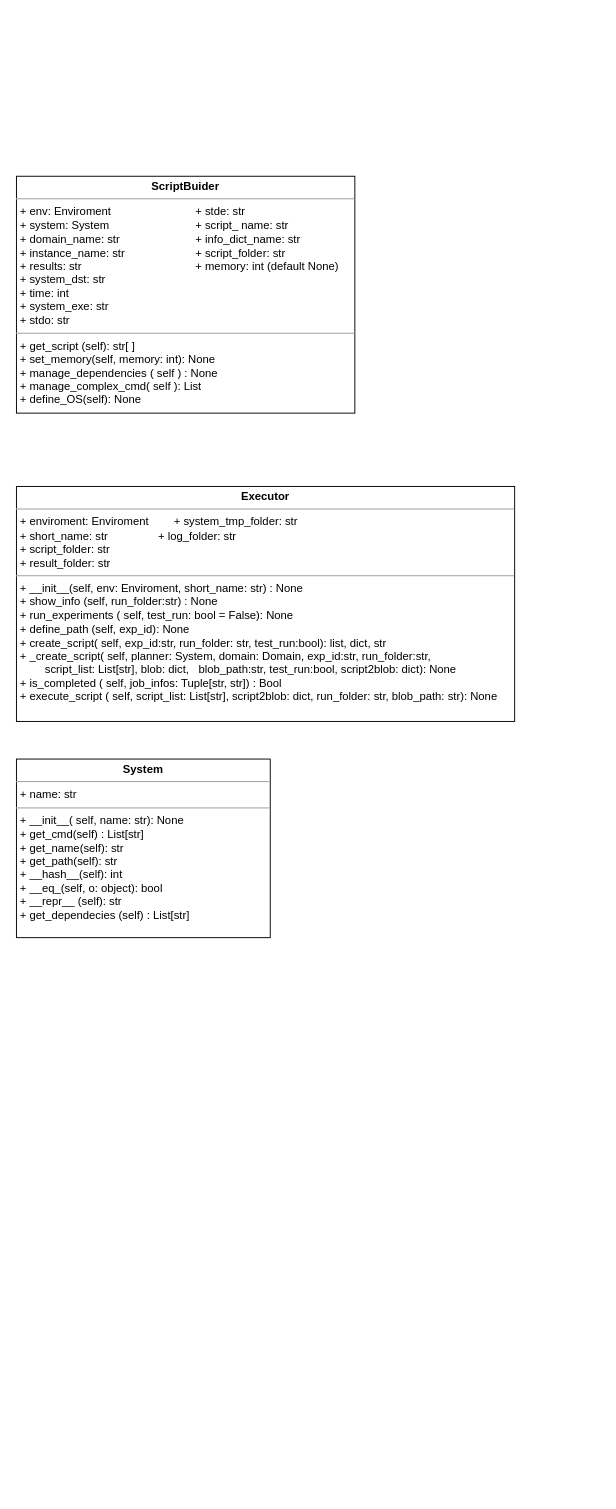
Before: Diagramma senza titolo.drawio in LBonassi95/planning-experiments, a draw.io diagram. Source tidied: cells renumbered, new cells numbered last; positions are measured from the earlier drawing's top-left corner, leaving out a move shared by most shapes. Both pictures are drawn from the tidied source at 94%, with x=0, y=0 at pixel (16, 176).
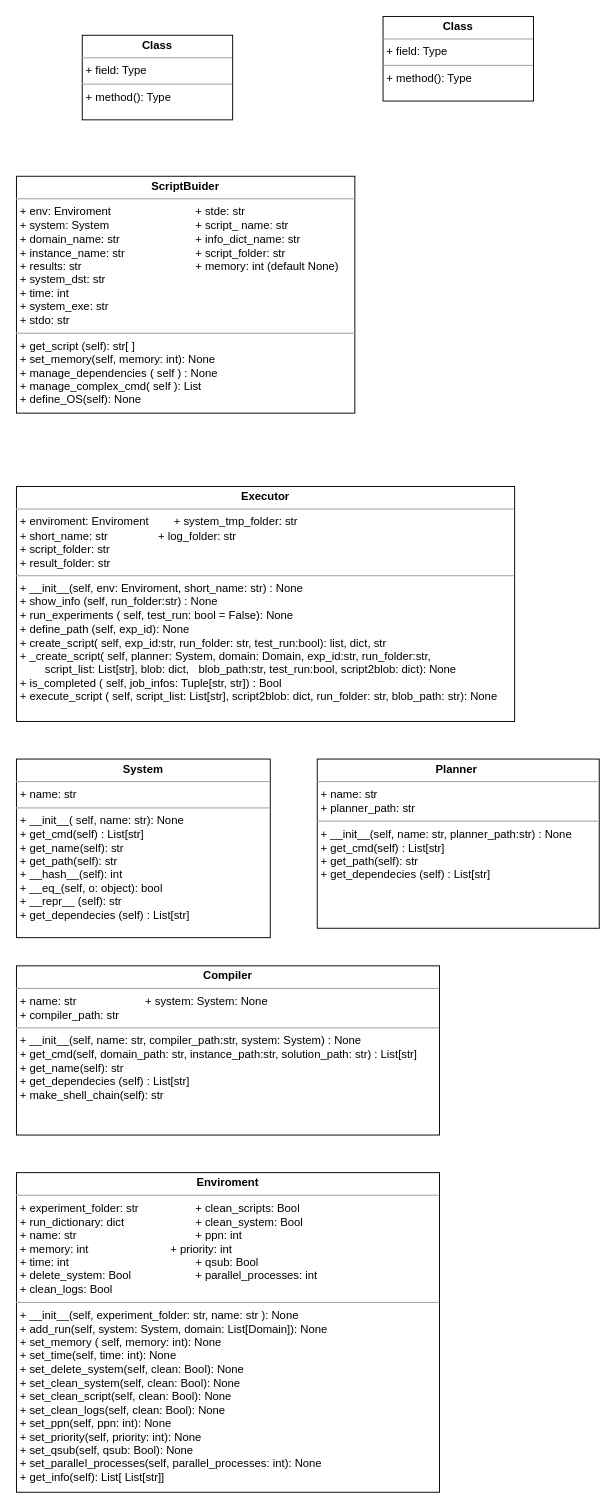
After the change.

Commit message:
class_diagram

The edit, as a diff of the source:
```diff
@@
 <mxGraphModel>
   <root>
     <mxCell id="0" />
     <mxCell id="1" parent="0" />
     <mxCell id="2" value="&lt;p style=&quot;margin:0px;margin-top:4px;text-align:center;&quot;&gt;&lt;b&gt;ScriptBuider&lt;/b&gt;&lt;/p&gt;&lt;hr size=&quot;1&quot;&gt;&lt;p style=&quot;margin:0px;margin-left:4px;&quot;&gt;+ env: Enviroment&lt;span style=&quot;white-space: pre;&quot;&gt;&#9;&lt;/span&gt;&lt;span style=&quot;white-space: pre;&quot;&gt;&#9;&lt;/span&gt;&lt;span style=&quot;white-space: pre;&quot;&gt;&#9;&lt;/span&gt;&lt;span style=&quot;white-space: pre;&quot;&gt;&#9;&lt;/span&gt;+ stde: str&lt;/p&gt;&lt;p style=&quot;margin:0px;margin-left:4px;&quot;&gt;&lt;span style=&quot;background-color: initial;&quot;&gt;+ system: System&lt;span style=&quot;white-space: pre;&quot;&gt;&#9;&lt;/span&gt;&lt;span style=&quot;white-space: pre;&quot;&gt;&#9;&lt;/span&gt;&lt;span style=&quot;white-space: pre;&quot;&gt;&#9;&lt;/span&gt;&lt;span style=&quot;white-space: pre;&quot;&gt;&#9;&lt;/span&gt;+ script_ name: str&lt;/span&gt;&lt;br&gt;&lt;/p&gt;&lt;p style=&quot;margin:0px;margin-left:4px;&quot;&gt;+ domain_name: str&lt;span style=&quot;white-space: pre;&quot;&gt;&#9;&lt;/span&gt;&lt;span style=&quot;white-space: pre;&quot;&gt;&#9;&lt;/span&gt;&lt;span style=&quot;white-space: pre;&quot;&gt;&#9;&lt;/span&gt;+ info_dict_name: str&lt;/p&gt;&lt;p style=&quot;margin:0px;margin-left:4px;&quot;&gt;+ instance_name: str&lt;span style=&quot;white-space: pre;&quot;&gt;&#9;&lt;/span&gt;&lt;span style=&quot;white-space: pre;&quot;&gt;&#9;&lt;/span&gt;&lt;span style=&quot;white-space: pre;&quot;&gt;&#9;&lt;/span&gt;+ script_folder: str&lt;/p&gt;&lt;p style=&quot;margin:0px;margin-left:4px;&quot;&gt;+ results: str&lt;span style=&quot;white-space: pre;&quot;&gt;&#9;&lt;/span&gt;&lt;span style=&quot;white-space: pre;&quot;&gt;&#9;&lt;/span&gt;&lt;span style=&quot;white-space: pre;&quot;&gt;&#9;&lt;/span&gt;&lt;span style=&quot;white-space: pre;&quot;&gt;&#9;&lt;/span&gt;&lt;span style=&quot;white-space: pre;&quot;&gt;&#9;&lt;/span&gt;+ memory: int (default None)&lt;/p&gt;&lt;p style=&quot;margin:0px;margin-left:4px;&quot;&gt;+ system_dst: str&lt;span style=&quot;white-space: pre;&quot;&gt;&#9;&lt;/span&gt;&lt;span style=&quot;white-space: pre;&quot;&gt;&#9;&lt;/span&gt;&lt;span style=&quot;white-space: pre;&quot;&gt;&#9;&lt;/span&gt;&lt;span style=&quot;white-space: pre;&quot;&gt;&#9;&lt;/span&gt;&lt;/p&gt;&lt;p style=&quot;margin:0px;margin-left:4px;&quot;&gt;+ time: int&lt;/p&gt;&lt;p style=&quot;margin:0px;margin-left:4px;&quot;&gt;+ system_exe: str&lt;/p&gt;&lt;p style=&quot;margin:0px;margin-left:4px;&quot;&gt;+ stdo: str&lt;/p&gt;&lt;hr size=&quot;1&quot;&gt;&lt;p style=&quot;margin:0px;margin-left:4px;&quot;&gt;+ get_script (self): str[ ]&lt;/p&gt;&lt;p style=&quot;margin:0px;margin-left:4px;&quot;&gt;+ set_memory(self, memory: int): None&lt;/p&gt;&lt;p style=&quot;margin:0px;margin-left:4px;&quot;&gt;+ manage_dependencies ( self ) : None&lt;/p&gt;&lt;p style=&quot;margin:0px;margin-left:4px;&quot;&gt;+ manage_complex_cmd( self ): List&lt;/p&gt;&lt;p style=&quot;margin:0px;margin-left:4px;&quot;&gt;+ define_OS(self): None&lt;/p&gt;" style="verticalAlign=top;align=left;overflow=fill;fontSize=12;fontFamily=Helvetica;html=1;whiteSpace=wrap;" parent="1" vertex="1">
       <mxGeometry width="360" height="252" as="geometry" />
     </mxCell>
     <mxCell id="3" value="&lt;p style=&quot;margin:0px;margin-top:4px;text-align:center;&quot;&gt;&lt;b&gt;Executor&lt;/b&gt;&lt;/p&gt;&lt;hr size=&quot;1&quot;&gt;&lt;p style=&quot;margin:0px;margin-left:4px;&quot;&gt;+ enviroment: Enviroment&lt;span style=&quot;&quot;&gt;&lt;span style=&quot;&quot;&gt;&amp;nbsp;&amp;nbsp;&amp;nbsp;&amp;nbsp;&lt;/span&gt;&lt;/span&gt;&lt;span style=&quot;&quot;&gt;&lt;span style=&quot;&quot;&gt;&amp;nbsp;&amp;nbsp;&amp;nbsp;&amp;nbsp;&lt;/span&gt;&lt;/span&gt;+ system_tmp_folder: str&lt;/p&gt;&lt;p style=&quot;margin:0px;margin-left:4px;&quot;&gt;+ short_name: str&lt;span style=&quot;&quot;&gt;&lt;span style=&quot;&quot;&gt;&amp;nbsp;&amp;nbsp;&amp;nbsp;&amp;nbsp;&lt;/span&gt;&lt;/span&gt;&lt;span style=&quot;&quot;&gt;&lt;span style=&quot;&quot;&gt;&amp;nbsp;&amp;nbsp;&amp;nbsp;&amp;nbsp;&lt;/span&gt;&lt;/span&gt;&lt;span style=&quot;&quot;&gt;&lt;span style=&quot;&quot;&gt;&amp;nbsp;&amp;nbsp;&amp;nbsp;&amp;nbsp;&lt;/span&gt;&lt;/span&gt;&lt;span style=&quot;&quot;&gt;&lt;span style=&quot;&quot;&gt;&amp;nbsp;&amp;nbsp;&amp;nbsp;&amp;nbsp;&lt;/span&gt;&lt;/span&gt;+ log_folder: str&lt;/p&gt;&lt;p style=&quot;margin:0px;margin-left:4px;&quot;&gt;+ script_folder: str&lt;span style=&quot;&quot;&gt;&lt;span style=&quot;&quot;&gt;&amp;nbsp;&amp;nbsp;&amp;nbsp;&amp;nbsp;&lt;/span&gt;&lt;/span&gt;&lt;span style=&quot;&quot;&gt;&lt;span style=&quot;&quot;&gt;&amp;nbsp;&amp;nbsp;&amp;nbsp;&amp;nbsp;&lt;/span&gt;&lt;/span&gt;&lt;span style=&quot;&quot;&gt;&lt;span style=&quot;&quot;&gt;&amp;nbsp;&amp;nbsp;&amp;nbsp;&amp;nbsp;&lt;/span&gt;&lt;/span&gt;&lt;span style=&quot;&quot;&gt;&lt;span style=&quot;&quot;&gt;&amp;nbsp;&amp;nbsp;&amp;nbsp;&amp;nbsp;&lt;/span&gt;&lt;/span&gt;&lt;/p&gt;&lt;p style=&quot;margin:0px;margin-left:4px;&quot;&gt;+ result_folder: str&lt;span style=&quot;&quot;&gt;&lt;span style=&quot;&quot;&gt;&amp;nbsp;&amp;nbsp;&amp;nbsp;&amp;nbsp;&lt;/span&gt;&lt;/span&gt;&lt;span style=&quot;&quot;&gt;&lt;span style=&quot;&quot;&gt;&amp;nbsp;&amp;nbsp;&amp;nbsp;&amp;nbsp;&lt;/span&gt;&lt;/span&gt;&lt;span style=&quot;&quot;&gt;&lt;span style=&quot;&quot;&gt;&amp;nbsp;&amp;nbsp;&amp;nbsp;&amp;nbsp;&lt;/span&gt;&lt;/span&gt;&lt;span style=&quot;&quot;&gt;&lt;span style=&quot;&quot;&gt;&amp;nbsp;&amp;nbsp;&amp;nbsp;&amp;nbsp;&lt;/span&gt;&lt;/span&gt;&lt;/p&gt;&lt;hr size=&quot;1&quot;&gt;&lt;p style=&quot;margin:0px;margin-left:4px;&quot;&gt;+ __init__(self, env: Enviroment, short_name: str) : None&lt;/p&gt;&lt;p style=&quot;margin:0px;margin-left:4px;&quot;&gt;+ show_info (self, run_folder:str) : None&lt;/p&gt;&lt;p style=&quot;margin:0px;margin-left:4px;&quot;&gt;+ run_experiments ( self, test_run: bool = False): None&lt;/p&gt;&lt;p style=&quot;margin:0px;margin-left:4px;&quot;&gt;+ define_path (self, exp_id): None&lt;/p&gt;&lt;p style=&quot;margin:0px;margin-left:4px;&quot;&gt;+ create_script( self, exp_id:str, run_folder: str, test_run:bool): list, dict, str&lt;/p&gt;&lt;p style=&quot;margin:0px;margin-left:4px;&quot;&gt;+ _create_script( self, planner: System, domain: Domain, exp_id:str, run_folder:str,&amp;nbsp;&lt;/p&gt;&lt;p style=&quot;margin:0px;margin-left:4px;&quot;&gt;&lt;span style=&quot;white-space: pre;&quot;&gt;&#9;&lt;/span&gt;script_list: List[str],&amp;nbsp;&lt;span style=&quot;background-color: initial;&quot;&gt;blob: dict,&amp;nbsp;&lt;/span&gt;&lt;span style=&quot;background-color: initial;&quot;&gt;&amp;nbsp; blob_path:str, test_run:bool, script2blob: dict): None&lt;/span&gt;&lt;/p&gt;&lt;p style=&quot;margin:0px;margin-left:4px;&quot;&gt;+ is_completed ( self, job_infos: Tuple[str, str]) : Bool&lt;/p&gt;&lt;p style=&quot;margin:0px;margin-left:4px;&quot;&gt;+ execute_script ( self, script_list: List[str], script2blob: dict, run_folder: str, blob_path: str): None&lt;/p&gt;" style="verticalAlign=top;align=left;overflow=fill;fontSize=12;fontFamily=Helvetica;html=1;whiteSpace=wrap;" parent="1" vertex="1">
       <mxGeometry y="330" width="530" height="250" as="geometry" />
     </mxCell>
     <mxCell id="4" value="&lt;p style=&quot;margin:0px;margin-top:4px;text-align:center;&quot;&gt;&lt;b&gt;System&lt;/b&gt;&lt;/p&gt;&lt;hr size=&quot;1&quot;&gt;&lt;p style=&quot;margin:0px;margin-left:4px;&quot;&gt;+ name: str&lt;/p&gt;&lt;hr size=&quot;1&quot;&gt;&lt;p style=&quot;margin:0px;margin-left:4px;&quot;&gt;+ __init__( self, name: str): None&lt;/p&gt;&lt;p style=&quot;margin:0px;margin-left:4px;&quot;&gt;+ get_cmd(self) : List[str]&lt;/p&gt;&lt;p style=&quot;margin:0px;margin-left:4px;&quot;&gt;+ get_name(self): str&lt;/p&gt;&lt;p style=&quot;margin:0px;margin-left:4px;&quot;&gt;+ get_path(self): str&lt;/p&gt;&lt;p style=&quot;margin:0px;margin-left:4px;&quot;&gt;+ __hash__(self): int&lt;/p&gt;&lt;p style=&quot;margin:0px;margin-left:4px;&quot;&gt;+ __eq_(self, o: object): bool&lt;/p&gt;&lt;p style=&quot;margin:0px;margin-left:4px;&quot;&gt;+ __repr__ (self): str&lt;/p&gt;&lt;p style=&quot;margin:0px;margin-left:4px;&quot;&gt;+ get_dependecies (self) : List[str]&lt;/p&gt;" style="verticalAlign=top;align=left;overflow=fill;fontSize=12;fontFamily=Helvetica;html=1;whiteSpace=wrap;" parent="1" vertex="1">
       <mxGeometry y="620" width="270" height="190" as="geometry" />
     </mxCell>
+    <mxCell id="5" value="&lt;p style=&quot;margin:0px;margin-top:4px;text-align:center;&quot;&gt;&lt;b&gt;Planner&amp;nbsp;&lt;/b&gt;&lt;/p&gt;&lt;hr size=&quot;1&quot;&gt;&lt;p style=&quot;margin:0px;margin-left:4px;&quot;&gt;+ name: str&lt;/p&gt;&lt;p style=&quot;margin:0px;margin-left:4px;&quot;&gt;+ planner_path: str&lt;/p&gt;&lt;hr size=&quot;1&quot;&gt;&lt;p style=&quot;margin:0px;margin-left:4px;&quot;&gt;+ __init__(self, name: str, planner_path:str) : None&lt;/p&gt;&lt;p style=&quot;border-color: var(--border-color); margin: 0px 0px 0px 4px;&quot;&gt;+ get_cmd(self) : List[str]&lt;/p&gt;&lt;p style=&quot;border-color: var(--border-color); margin: 0px 0px 0px 4px;&quot;&gt;+ get_path(self): str&lt;/p&gt;&lt;p style=&quot;border-color: var(--border-color); margin: 0px 0px 0px 4px;&quot;&gt;+ get_dependecies (self) : List[str]&lt;/p&gt;" style="verticalAlign=top;align=left;overflow=fill;fontSize=12;fontFamily=Helvetica;html=1;whiteSpace=wrap;" parent="1" vertex="1">
+      <mxGeometry x="320" y="620" width="300" height="180" as="geometry" />
+    </mxCell>
+    <mxCell id="6" value="&lt;p style=&quot;margin:0px;margin-top:4px;text-align:center;&quot;&gt;&lt;b&gt;Compiler&lt;/b&gt;&lt;/p&gt;&lt;hr size=&quot;1&quot;&gt;&lt;p style=&quot;margin:0px;margin-left:4px;&quot;&gt;+ name: str&lt;span style=&quot;white-space: pre;&quot;&gt;&#9;&lt;/span&gt;&lt;span style=&quot;white-space: pre;&quot;&gt;&#9;&lt;/span&gt;&lt;span style=&quot;white-space: pre;&quot;&gt;&#9;&lt;/span&gt;+ system: System: None&lt;/p&gt;&lt;p style=&quot;margin:0px;margin-left:4px;&quot;&gt;+ compiler_path: str&lt;span style=&quot;white-space: pre;&quot;&gt;&#9;&lt;/span&gt;&lt;/p&gt;&lt;hr size=&quot;1&quot;&gt;&lt;p style=&quot;margin:0px;margin-left:4px;&quot;&gt;+ __init__(self, name: str, compiler_path:str, system: System) : None&lt;/p&gt;&lt;p style=&quot;border-color: var(--border-color); margin: 0px 0px 0px 4px;&quot;&gt;+ get_cmd(self, domain_path: str, instance_path:str, solution_path: str) : List[str]&lt;/p&gt;&lt;p style=&quot;border-color: var(--border-color); margin: 0px 0px 0px 4px;&quot;&gt;+ get_name(self): str&lt;/p&gt;&lt;p style=&quot;border-color: var(--border-color); margin: 0px 0px 0px 4px;&quot;&gt;+ get_dependecies (self) : List[str]&lt;/p&gt;&lt;p style=&quot;border-color: var(--border-color); margin: 0px 0px 0px 4px;&quot;&gt;+ make_shell_chain(self): str&lt;/p&gt;" style="verticalAlign=top;align=left;overflow=fill;fontSize=12;fontFamily=Helvetica;html=1;whiteSpace=wrap;" parent="1" vertex="1">
+      <mxGeometry y="840" width="450" height="180" as="geometry" />
+    </mxCell>
+    <mxCell id="7" value="&lt;p style=&quot;margin:0px;margin-top:4px;text-align:center;&quot;&gt;&lt;b&gt;Enviroment&lt;/b&gt;&lt;/p&gt;&lt;hr size=&quot;1&quot;&gt;&lt;p style=&quot;margin:0px;margin-left:4px;&quot;&gt;+ experiment_folder: str&lt;span style=&quot;white-space: pre;&quot;&gt;&#9;&lt;/span&gt;&lt;span style=&quot;white-space: pre;&quot;&gt;&#9;&lt;/span&gt;&lt;span style=&quot;white-space: pre;&quot;&gt;&#9;&lt;/span&gt;+ clean_scripts: Bool&lt;/p&gt;&lt;p style=&quot;margin:0px;margin-left:4px;&quot;&gt;+ run_dictionary: dict&lt;span style=&quot;white-space: pre;&quot;&gt;&#9;&lt;/span&gt;&lt;span style=&quot;white-space: pre;&quot;&gt;&#9;&lt;/span&gt;&lt;span style=&quot;white-space: pre;&quot;&gt;&#9;&lt;/span&gt;+ clean_system: Bool&lt;/p&gt;&lt;p style=&quot;margin:0px;margin-left:4px;&quot;&gt;+ name: str&lt;span style=&quot;white-space: pre;&quot;&gt;&#9;&lt;/span&gt;&lt;span style=&quot;white-space: pre;&quot;&gt;&#9;&lt;/span&gt;&lt;span style=&quot;white-space: pre;&quot;&gt;&#9;&lt;/span&gt;&lt;span style=&quot;white-space: pre;&quot;&gt;&#9;&lt;/span&gt;&lt;span style=&quot;white-space: pre;&quot;&gt;&#9;&lt;/span&gt;+ ppn: int&lt;/p&gt;&lt;p style=&quot;margin:0px;margin-left:4px;&quot;&gt;+ memory: int&lt;span style=&quot;white-space: pre;&quot;&gt;&#9;&lt;/span&gt;&lt;span style=&quot;white-space: pre;&quot;&gt;&#9;&lt;/span&gt;&lt;span style=&quot;white-space: pre;&quot;&gt;&#9;&lt;/span&gt;&lt;span style=&quot;white-space: pre;&quot;&gt;&#9;&lt;/span&gt;+ priority: int&lt;/p&gt;&lt;p style=&quot;margin:0px;margin-left:4px;&quot;&gt;+ time: int&lt;span style=&quot;white-space: pre;&quot;&gt;&#9;&lt;/span&gt;&lt;span style=&quot;white-space: pre;&quot;&gt;&#9;&lt;/span&gt;&lt;span style=&quot;white-space: pre;&quot;&gt;&#9;&lt;/span&gt;&lt;span style=&quot;white-space: pre;&quot;&gt;&#9;&lt;/span&gt;&lt;span style=&quot;white-space: pre;&quot;&gt;&#9;&lt;/span&gt;+ qsub: Bool&lt;/p&gt;&lt;p style=&quot;margin:0px;margin-left:4px;&quot;&gt;+ delete_system: Bool&lt;span style=&quot;white-space: pre;&quot;&gt;&#9;&lt;/span&gt;&lt;span style=&quot;white-space: pre;&quot;&gt;&#9;&lt;/span&gt;&lt;span style=&quot;white-space: pre;&quot;&gt;&#9;&lt;/span&gt;+ parallel_processes: int&lt;/p&gt;&lt;p style=&quot;margin:0px;margin-left:4px;&quot;&gt;+ clean_logs: Bool&lt;/p&gt;&lt;hr size=&quot;1&quot;&gt;&lt;p style=&quot;margin:0px;margin-left:4px;&quot;&gt;+ __init__(self, experiment_folder: str, name: str ): None&lt;/p&gt;&lt;p style=&quot;margin:0px;margin-left:4px;&quot;&gt;+ add_run(self, system: System, domain: List[Domain]): None&lt;/p&gt;&lt;p style=&quot;margin:0px;margin-left:4px;&quot;&gt;+ set_memory ( self, memory: int): None&lt;/p&gt;&lt;p style=&quot;margin:0px;margin-left:4px;&quot;&gt;+ set_time(self, time: int): None&lt;/p&gt;&lt;p style=&quot;margin:0px;margin-left:4px;&quot;&gt;+ set_delete_system(self, clean: Bool): None&lt;/p&gt;&lt;p style=&quot;margin:0px;margin-left:4px;&quot;&gt;+ set_clean_system(self, clean: Bool): None&lt;/p&gt;&lt;p style=&quot;margin:0px;margin-left:4px;&quot;&gt;+ set_clean_script(self, clean: Bool): None&lt;/p&gt;&lt;p style=&quot;margin:0px;margin-left:4px;&quot;&gt;+ set_clean_logs(self, clean: Bool): None&lt;/p&gt;&lt;p style=&quot;margin:0px;margin-left:4px;&quot;&gt;+ set_ppn(self, ppn: int): None&lt;/p&gt;&lt;p style=&quot;margin:0px;margin-left:4px;&quot;&gt;+ set_priority(self, priority: int): None&lt;/p&gt;&lt;p style=&quot;margin:0px;margin-left:4px;&quot;&gt;+ set_qsub(self, qsub: Bool): None&lt;/p&gt;&lt;p style=&quot;margin:0px;margin-left:4px;&quot;&gt;+ set_parallel_processes(self, parallel_processes: int): None&lt;/p&gt;&lt;p style=&quot;margin:0px;margin-left:4px;&quot;&gt;+ get_info(self): List[ List[str]]&lt;/p&gt;&lt;p style=&quot;margin:0px;margin-left:4px;&quot;&gt;&lt;br&gt;&lt;/p&gt;" style="verticalAlign=top;align=left;overflow=fill;fontSize=12;fontFamily=Helvetica;html=1;whiteSpace=wrap;" parent="1" vertex="1">
+      <mxGeometry y="1060" width="450" height="340" as="geometry" />
+    </mxCell>
+    <mxCell id="8" value="&lt;p style=&quot;margin:0px;margin-top:4px;text-align:center;&quot;&gt;&lt;b&gt;Class&lt;/b&gt;&lt;/p&gt;&lt;hr size=&quot;1&quot;/&gt;&lt;p style=&quot;margin:0px;margin-left:4px;&quot;&gt;+ field: Type&lt;/p&gt;&lt;hr size=&quot;1&quot;/&gt;&lt;p style=&quot;margin:0px;margin-left:4px;&quot;&gt;+ method(): Type&lt;/p&gt;" style="verticalAlign=top;align=left;overflow=fill;fontSize=12;fontFamily=Helvetica;html=1;whiteSpace=wrap;" parent="1" vertex="1">
+      <mxGeometry x="390" y="-170" width="160" height="90" as="geometry" />
+    </mxCell>
+    <mxCell id="9" value="&lt;p style=&quot;margin:0px;margin-top:4px;text-align:center;&quot;&gt;&lt;b&gt;Class&lt;/b&gt;&lt;/p&gt;&lt;hr size=&quot;1&quot;/&gt;&lt;p style=&quot;margin:0px;margin-left:4px;&quot;&gt;+ field: Type&lt;/p&gt;&lt;hr size=&quot;1&quot;/&gt;&lt;p style=&quot;margin:0px;margin-left:4px;&quot;&gt;+ method(): Type&lt;/p&gt;" style="verticalAlign=top;align=left;overflow=fill;fontSize=12;fontFamily=Helvetica;html=1;whiteSpace=wrap;" parent="1" vertex="1">
+      <mxGeometry x="70" y="-150" width="160" height="90" as="geometry" />
+    </mxCell>
   </root>
 </mxGraphModel>
```
